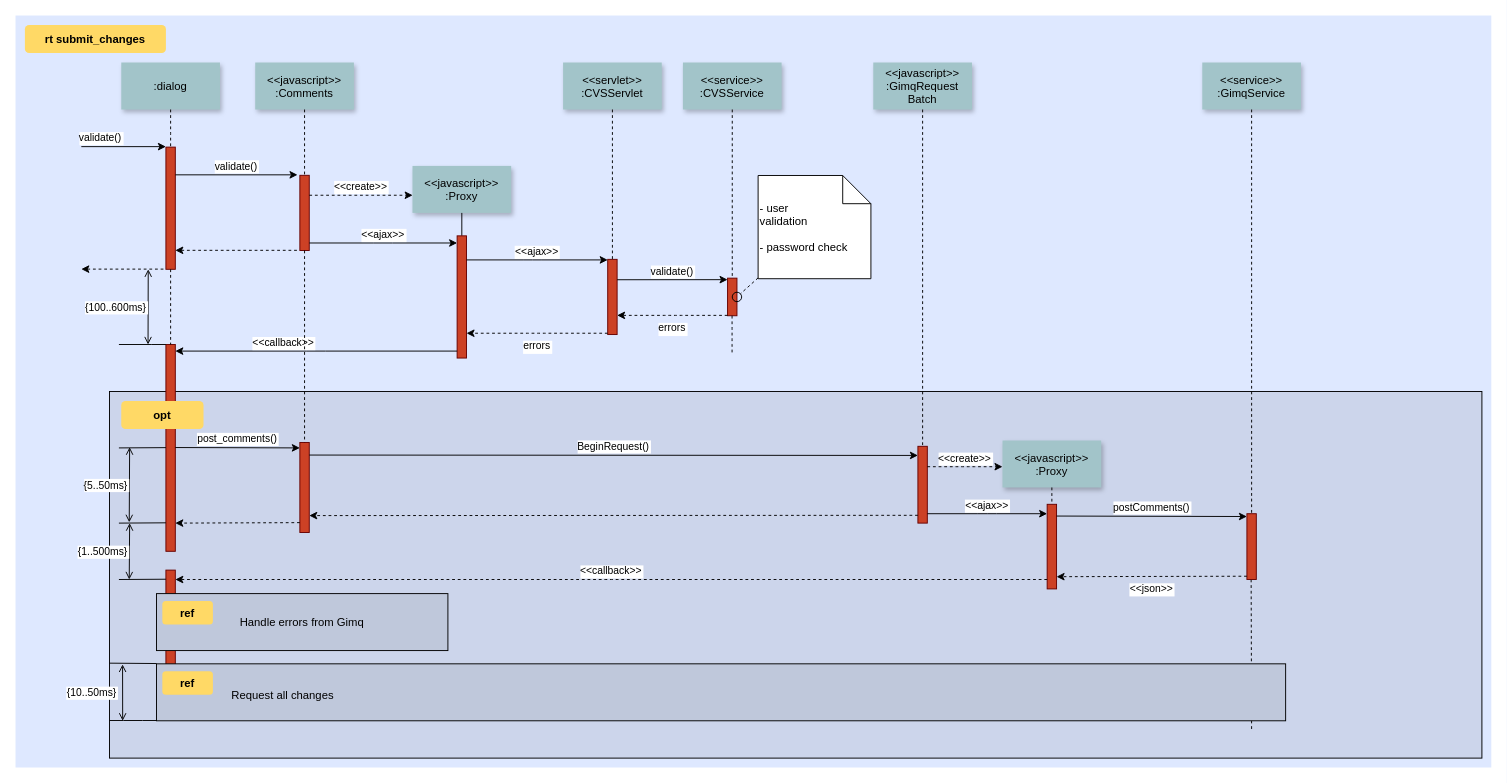
This is design/diagrams/recipe_flows.drawio from andreiboyanov/blue-moon-cooking, a draw.io file, before an edit. Source tidied: cells renumbered, new cells numbered last; positions are measured from the earlier drawing's top-left corner, leaving out a move shared by most shapes. Both pictures are drawn from the tidied source at 94%, with x=0, y=0 at pixel (15, 15).
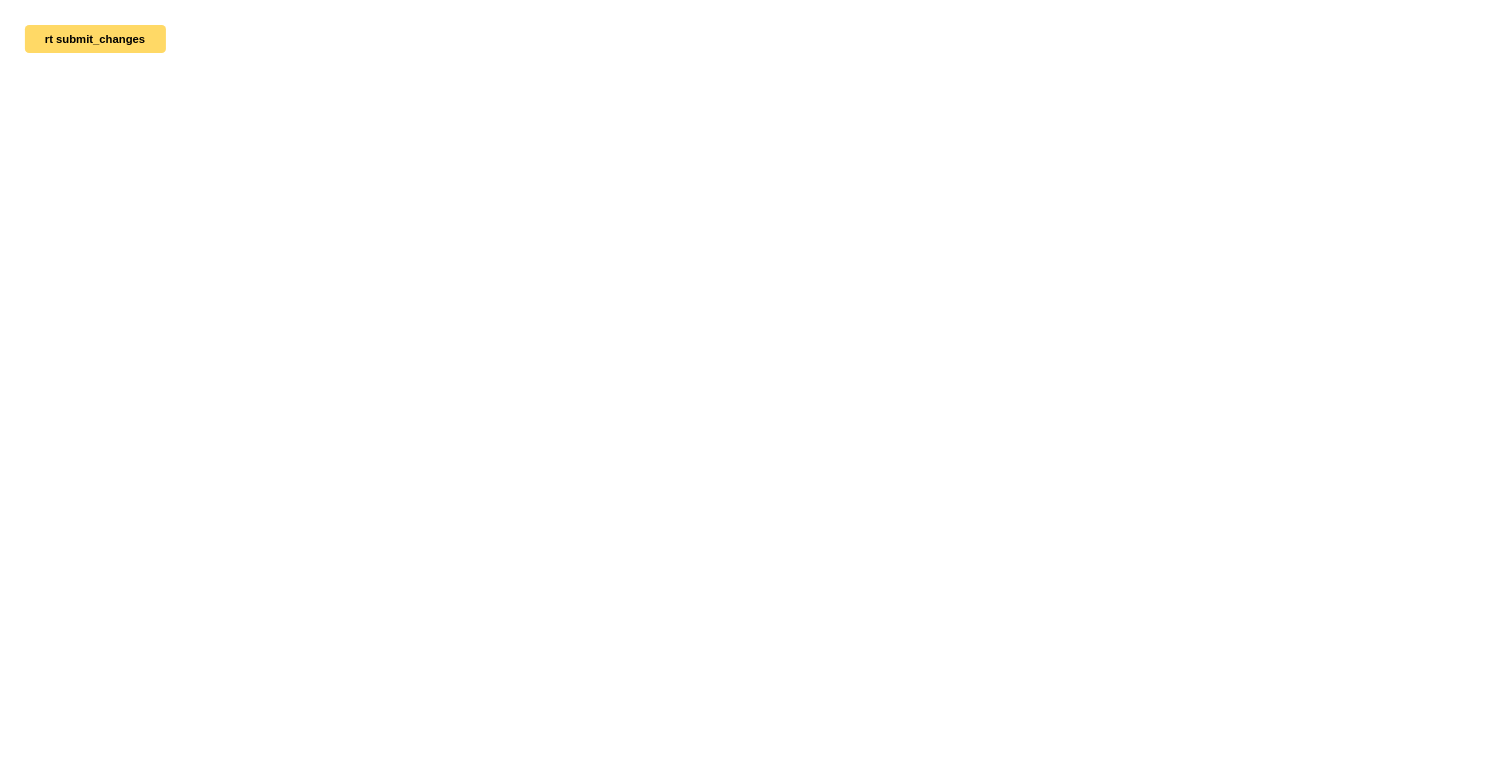
After the change.

The edit, as a diff of the source:
```diff
@@
-    <mxCell id="2" style="fillColor=#DEE8FF;strokeColor=none;" parent="1" vertex="1">
-      <mxGeometry width="1570" height="800" as="geometry" />
-    </mxCell>
-    <mxCell id="3" style="fillColor=#CCD5EB;" parent="1" vertex="1">
-      <mxGeometry x="100" y="400" width="1460" height="390" as="geometry" />
-    </mxCell>
-    <mxCell id="4" style="edgeStyle=elbowEdgeStyle;elbow=horizontal;endArrow=none;dashed=1;" parent="1" edge="1">
-      <mxGeometry x="1460" y="437.9" as="geometry">
-        <mxPoint x="1314.5" y="600" as="sourcePoint" />
-        <mxPoint x="1314.5" y="760" as="targetPoint" />
-      </mxGeometry>
-    </mxCell>
-    <mxCell id="5" style="fillColor=#CC4125;strokeColor=#660000;" parent="1" vertex="1">
-      <mxGeometry x="160" y="140" width="10" height="130" as="geometry" />
-    </mxCell>
-    <mxCell id="6" value="validate()" style="edgeStyle=none;verticalLabelPosition=top;verticalAlign=bottom;labelPosition=left;align=right;" parent="1" edge="1">
-      <mxGeometry x="110" y="49.5" as="geometry">
-        <mxPoint x="70" y="139.5" as="sourcePoint" />
-        <mxPoint x="160" y="139.5" as="targetPoint" />
-      </mxGeometry>
-    </mxCell>
-    <mxCell id="7" value=":dialog" style="shadow=1;fillColor=#A2C4C9;strokeColor=none;" parent="1" vertex="1">
-      <mxGeometry x="112.5" y="50" width="105" height="50" as="geometry" />
-    </mxCell>
-    <mxCell id="8" style="fillColor=#CC4125;strokeColor=#660000;" parent="1" vertex="1">
-      <mxGeometry x="302.5" y="170" width="10" height="80" as="geometry" />
-    </mxCell>
-    <mxCell id="9" value="&lt;&lt;javascript&gt;&gt;&#10;:Comments" style="shadow=1;fillColor=#A2C4C9;strokeColor=none;" parent="1" vertex="1">
-      <mxGeometry x="255" y="50" width="105" height="50" as="geometry" />
-    </mxCell>
-    <mxCell id="10" style="edgeStyle=none;endArrow=none;dashed=1;" parent="1" edge="1" source="9" target="8">
-      <mxGeometry x="272.3" y="165" as="geometry" />
-    </mxCell>
-    <mxCell id="11" value="validate()" style="edgeStyle=none;verticalLabelPosition=top;verticalAlign=bottom;" parent="1" edge="1">
-      <mxGeometry x="220" y="92" as="geometry">
-        <mxPoint x="170" y="169.5" as="sourcePoint" />
-        <mxPoint x="300" y="169.5" as="targetPoint" />
-      </mxGeometry>
-    </mxCell>
-    <mxCell id="12" style="edgeStyle=none;verticalLabelPosition=top;verticalAlign=bottom;endArrow=none;startArrow=classic;dashed=1;" parent="1" edge="1">
-      <mxGeometry x="220" y="172.3" as="geometry">
-        <mxPoint x="170" y="249.8" as="sourcePoint" />
-        <mxPoint x="300" y="249.8" as="targetPoint" />
-      </mxGeometry>
-    </mxCell>
-    <mxCell id="13" style="edgeStyle=none;verticalLabelPosition=top;verticalAlign=bottom;labelPosition=left;align=right;endArrow=none;startArrow=classic;dashed=1;" parent="1" edge="1">
-      <mxGeometry x="110" y="179.8" as="geometry">
-        <mxPoint x="70" y="269.8" as="sourcePoint" />
-        <mxPoint x="160" y="269.8" as="targetPoint" />
-      </mxGeometry>
-    </mxCell>
-    <mxCell id="14" value="&lt;&lt;create&gt;&gt;" style="edgeStyle=none;verticalLabelPosition=top;verticalAlign=bottom;dashed=1;" parent="1" edge="1">
-      <mxGeometry x="385.5" y="113.9" as="geometry">
-        <mxPoint x="312.5" y="191.2" as="sourcePoint" />
-        <mxPoint x="422.5" y="191.2" as="targetPoint" />
-      </mxGeometry>
-    </mxCell>
-    <mxCell id="15" value="&lt;&lt;javascript&gt;&gt;&#10;:Proxy" style="shadow=1;fillColor=#A2C4C9;strokeColor=none;" parent="1" vertex="1">
-      <mxGeometry x="422.3" y="160" width="105" height="50" as="geometry" />
-    </mxCell>
-    <mxCell id="16" style="edgeStyle=none;endArrow=none;" parent="1" edge="1" source="15" target="17">
-      <mxGeometry x="437" y="270" as="geometry" />
-    </mxCell>
-    <mxCell id="17" style="fillColor=#CC4125;strokeColor=#660000;" parent="1" vertex="1">
-      <mxGeometry x="469.8" y="234.4" width="10" height="130" as="geometry" />
-    </mxCell>
-    <mxCell id="18" value="&lt;&lt;ajax&gt;&gt;" style="edgeStyle=elbowEdgeStyle;elbow=vertical;verticalLabelPosition=top;verticalAlign=bottom;" parent="1" edge="1" source="8" target="17">
-      <mxGeometry x="350" y="290" as="geometry" />
-    </mxCell>
-    <mxCell id="19" style="fillColor=#CC4125;strokeColor=#660000;" parent="1" vertex="1">
-      <mxGeometry x="630" y="259.4" width="10" height="80" as="geometry" />
-    </mxCell>
-    <mxCell id="20" value="&lt;&lt;servlet&gt;&gt;&#10;:CVSServlet" style="shadow=1;fillColor=#A2C4C9;strokeColor=none;" parent="1" vertex="1">
-      <mxGeometry x="582.5" y="50" width="105" height="50" as="geometry" />
-    </mxCell>
-    <mxCell id="21" style="edgeStyle=none;endArrow=none;dashed=1;" parent="1" edge="1" source="20" target="19">
-      <mxGeometry x="614.5" y="175" as="geometry" />
-    </mxCell>
-    <mxCell id="22" value="&lt;&lt;service&gt;&gt;&#10;:CVSService" style="shadow=1;fillColor=#A2C4C9;strokeColor=none;" parent="1" vertex="1">
-      <mxGeometry x="710" y="50" width="105" height="50" as="geometry" />
-    </mxCell>
-    <mxCell id="23" style="edgeStyle=none;endArrow=none;dashed=1;" parent="1" edge="1" source="22" target="24">
-      <mxGeometry x="727.3" y="165" as="geometry" />
-    </mxCell>
-    <mxCell id="24" style="fillColor=#CC4125;strokeColor=#660000;" parent="1" vertex="1">
-      <mxGeometry x="757.5" y="279.4" width="10" height="40" as="geometry" />
-    </mxCell>
-    <mxCell id="25" value="&lt;&lt;ajax&gt;&gt;" style="edgeStyle=elbowEdgeStyle;elbow=vertical;verticalLabelPosition=top;verticalAlign=bottom;" parent="1" edge="1" source="17" target="19">
-      <mxGeometry x="540" y="270" as="geometry">
-        <Array as="points">
-          <mxPoint x="550" y="260" />
-        </Array>
-      </mxGeometry>
-    </mxCell>
-    <mxCell id="26" value="errors" style="edgeStyle=elbowEdgeStyle;elbow=vertical;dashed=1;verticalLabelPosition=bottom;verticalAlign=top;" parent="1" edge="1" source="19" target="17">
-      <mxGeometry x="550" y="280" as="geometry">
-        <Array as="points">
-          <mxPoint x="553" y="338" />
-        </Array>
-      </mxGeometry>
-    </mxCell>
-    <mxCell id="27" value="&lt;&lt;javascript&gt;&gt;&#10;:GimqRequest&#10;Batch" style="shadow=1;fillColor=#A2C4C9;strokeColor=none;" parent="1" vertex="1">
-      <mxGeometry x="912.5" y="50" width="105" height="50" as="geometry" />
-    </mxCell>
-    <mxCell id="28" style="edgeStyle=elbowEdgeStyle;elbow=horizontal;endArrow=none;dashed=1;" parent="1" edge="1" source="7" target="5">
-      <mxGeometry x="230" y="310" as="geometry" />
-    </mxCell>
-    <mxCell id="29" value="validate()" style="edgeStyle=elbowEdgeStyle;elbow=vertical;verticalLabelPosition=top;verticalAlign=bottom;" parent="1" edge="1">
-      <mxGeometry x="550" y="261.7" as="geometry">
-        <mxPoint x="640" y="281.1" as="sourcePoint" />
-        <mxPoint x="757.5" y="281.1" as="targetPoint" />
-      </mxGeometry>
-    </mxCell>
-    <mxCell id="30" value="errors" style="edgeStyle=elbowEdgeStyle;elbow=vertical;dashed=1;verticalLabelPosition=bottom;verticalAlign=top;" parent="1" edge="1">
-      <mxGeometry x="560" y="309.7" as="geometry">
-        <mxPoint x="757.5" y="319" as="sourcePoint" />
-        <mxPoint x="640" y="319" as="targetPoint" />
-      </mxGeometry>
-    </mxCell>
-    <mxCell id="31" style="edgeStyle=elbowEdgeStyle;elbow=horizontal;endArrow=none;dashed=1;" parent="1" edge="1">
-      <mxGeometry x="932.3" y="240" as="geometry">
-        <mxPoint x="762.3" y="319.4" as="sourcePoint" />
-        <mxPoint x="762.3" y="360" as="targetPoint" />
-        <Array as="points">
-          <mxPoint x="762.3" y="340" />
-        </Array>
-      </mxGeometry>
-    </mxCell>
-    <mxCell id="32" style="ellipse;fillColor=none;" parent="1" vertex="1">
-      <mxGeometry x="762.5" y="294.4" width="10" height="10" as="geometry" />
-    </mxCell>
-    <mxCell id="33" value=" - user&#10; validation&#10;&#10; - password check" style="shape=note;align=left;" parent="1" vertex="1">
-      <mxGeometry x="790" y="170.2" width="120" height="109.8" as="geometry" />
-    </mxCell>
-    <mxCell id="34" style="edgeStyle=none;endArrow=none;dashed=1;" parent="1" edge="1" source="33" target="32">
-      <mxGeometry x="1030" y="180" as="geometry" />
-    </mxCell>
-    <mxCell id="35" style="fillColor=#CC4125;strokeColor=#660000;" parent="1" vertex="1">
-      <mxGeometry x="160" y="350" width="10" height="220" as="geometry" />
-    </mxCell>
-    <mxCell id="36" value="             &lt;&lt;callback&gt;&gt;                                " style="edgeStyle=elbowEdgeStyle;elbow=vertical;dashed=0;verticalLabelPosition=top;verticalAlign=bottom;align=right;" parent="1" edge="1" source="17" target="35">
-      <mxGeometry x="190" y="329.8" as="geometry" />
-    </mxCell>
-    <mxCell id="37" style="edgeStyle=none;dashed=1;endArrow=none;" parent="1" edge="1" source="5" target="35">
-      <mxGeometry x="50" y="300" as="geometry" />
-    </mxCell>
-    <mxCell id="38" style="edgeStyle=elbowEdgeStyle;elbow=vertical;endArrow=none;" parent="1" edge="1" source="35">
-      <mxGeometry x="60" y="310" as="geometry">
-        <mxPoint x="110" y="350" as="targetPoint" />
-      </mxGeometry>
-    </mxCell>
-    <mxCell id="39" value="{100..600ms}" style="edgeStyle=elbowEdgeStyle;elbow=horizontal;startArrow=open;endArrow=open;labelPosition=left;align=right;" parent="1" edge="1">
-      <mxGeometry x="61.2" y="290" as="geometry">
-        <mxPoint x="141.2" y="270" as="sourcePoint" />
-        <mxPoint x="141.2" y="350" as="targetPoint" />
-      </mxGeometry>
-    </mxCell>
-    <mxCell id="40" style="fillColor=#CC4125;strokeColor=#660000;" parent="1" vertex="1">
-      <mxGeometry x="302.5" y="454.2" width="10" height="95.8" as="geometry" />
-    </mxCell>
-    <mxCell id="41" style="fillColor=#CC4125;strokeColor=#660000;" parent="1" vertex="1">
-      <mxGeometry x="960" y="458.3" width="10" height="81.7" as="geometry" />
-    </mxCell>
-    <mxCell id="42" style="edgeStyle=none;endArrow=none;dashed=1;" parent="1" edge="1" source="27" target="41">
-      <mxGeometry x="956.6" y="205" as="geometry" />
-    </mxCell>
-    <mxCell id="43" value="post_comments()" style="edgeStyle=elbowEdgeStyle;elbow=vertical;verticalLabelPosition=top;verticalAlign=bottom;" parent="1" edge="1">
-      <mxGeometry x="212.5" y="469.6" as="geometry">
-        <mxPoint x="170" y="459.6" as="sourcePoint" />
-        <mxPoint x="302.5" y="459.6" as="targetPoint" />
-      </mxGeometry>
-    </mxCell>
-    <mxCell id="44" style="edgeStyle=none;endArrow=none;dashed=1;" parent="1" edge="1" source="8" target="40">
-      <mxGeometry x="376.6" y="339.7" as="geometry" />
-    </mxCell>
-    <mxCell id="45" value="BeginRequest()" style="edgeStyle=elbowEdgeStyle;elbow=vertical;verticalLabelPosition=top;verticalAlign=bottom;" parent="1" edge="1">
-      <mxGeometry x="530" y="436.8" as="geometry">
-        <mxPoint x="312.5" y="467.6" as="sourcePoint" />
-        <mxPoint x="960" y="467.6" as="targetPoint" />
-      </mxGeometry>
-    </mxCell>
-    <mxCell id="46" style="edgeStyle=elbowEdgeStyle;elbow=vertical;dashed=1;verticalLabelPosition=bottom;verticalAlign=top;" parent="1" edge="1">
-      <mxGeometry x="530" y="549.1" as="geometry">
-        <mxPoint x="960" y="531.7" as="sourcePoint" />
-        <mxPoint x="312.5" y="531.7" as="targetPoint" />
-      </mxGeometry>
-    </mxCell>
-    <mxCell id="47" value="&lt;&lt;javascript&gt;&gt;&#10;:Proxy" style="shadow=1;fillColor=#A2C4C9;strokeColor=none;" parent="1" vertex="1">
-      <mxGeometry x="1050" y="452.1" width="105" height="50" as="geometry" />
-    </mxCell>
-    <mxCell id="48" style="edgeStyle=none;endArrow=none;dashed=1;" parent="1" edge="1" source="47" target="49">
-      <mxGeometry x="1204.1" y="380.1" as="geometry" />
-    </mxCell>
-    <mxCell id="49" style="fillColor=#CC4125;strokeColor=#660000;" parent="1" vertex="1">
-      <mxGeometry x="1097.5" y="520" width="10" height="90" as="geometry" />
-    </mxCell>
-    <mxCell id="50" style="fillColor=#CC4125;strokeColor=#660000;" parent="1" vertex="1">
-      <mxGeometry x="1310" y="530" width="10" height="70" as="geometry" />
-    </mxCell>
-    <mxCell id="51" value="&lt;&lt;create&gt;&gt;" style="edgeStyle=elbowEdgeStyle;elbow=vertical;verticalLabelPosition=top;verticalAlign=bottom;dashed=1;" parent="1" edge="1" source="41" target="47">
-      <mxGeometry x="901.2" y="322.5" as="geometry" />
-    </mxCell>
-    <mxCell id="52" value="&lt;&lt;ajax&gt;&gt;" style="edgeStyle=elbowEdgeStyle;elbow=vertical;verticalLabelPosition=top;verticalAlign=bottom;" parent="1" edge="1" source="41" target="49">
-      <mxGeometry x="1065" y="359.5" as="geometry" />
-    </mxCell>
-    <mxCell id="53" value="postComments()" style="edgeStyle=elbowEdgeStyle;elbow=vertical;verticalLabelPosition=top;verticalAlign=bottom;" parent="1" edge="1">
-      <mxGeometry x="1225" y="309.5" as="geometry">
-        <mxPoint x="1107.5" y="532.5" as="sourcePoint" />
-        <mxPoint x="1310" y="532.5" as="targetPoint" />
-      </mxGeometry>
-    </mxCell>
-    <mxCell id="54" value="&lt;&lt;json&gt;&gt;" style="edgeStyle=elbowEdgeStyle;elbow=vertical;dashed=1;verticalLabelPosition=bottom;verticalAlign=top;" parent="1" edge="1">
-      <mxGeometry x="1075" y="396" as="geometry">
-        <mxPoint x="1310" y="596.5" as="sourcePoint" />
-        <mxPoint x="1107.5" y="596.5" as="targetPoint" />
-      </mxGeometry>
-    </mxCell>
-    <mxCell id="55" value="&lt;&lt;service&gt;&gt;&#10;:GimqService" style="shadow=1;fillColor=#A2C4C9;strokeColor=none;" parent="1" vertex="1">
-      <mxGeometry x="1262.5" y="50" width="105" height="50" as="geometry" />
-    </mxCell>
-    <mxCell id="56" style="edgeStyle=none;endArrow=none;dashed=1;" parent="1" edge="1" source="55" target="50">
-      <mxGeometry x="1174.1" y="210" as="geometry" />
-    </mxCell>
-    <mxCell id="57" style="fillColor=#CC4125;strokeColor=#660000;" parent="1" vertex="1">
-      <mxGeometry x="160" y="590" width="10" height="130" as="geometry" />
-    </mxCell>
-    <mxCell id="58" style="edgeStyle=elbowEdgeStyle;elbow=vertical;dashed=1;verticalLabelPosition=bottom;verticalAlign=top;" parent="1" edge="1">
-      <mxGeometry x="507.5" y="664.3" as="geometry">
-        <mxPoint x="302.5" y="539.5" as="sourcePoint" />
-        <mxPoint x="170" y="539.5" as="targetPoint" />
-      </mxGeometry>
-    </mxCell>
-    <mxCell id="59" value="&lt;&lt;callback&gt;&gt;" style="edgeStyle=elbowEdgeStyle;elbow=vertical;dashed=1;verticalLabelPosition=bottom;verticalAlign=bottom;" parent="1" edge="1" source="49" target="57">
-      <mxGeometry x="540" y="559.1" as="geometry" />
-    </mxCell>
@@
-    <mxCell id="61" value="opt" style="rounded=1;fontStyle=1;fillColor=#FFD966;strokeColor=none;" parent="1" vertex="1">
-      <mxGeometry x="112.5" y="410" width="87.5" height="30" as="geometry" />
-    </mxCell>
-    <mxCell id="62" value="Handle errors from Gimq" style="fillColor=#BFC8DB;" parent="1" vertex="1">
-      <mxGeometry x="150" y="615" width="310" height="60.6" as="geometry" />
-    </mxCell>
-    <mxCell id="63" value="ref" style="rounded=1;fontStyle=1;fillColor=#FFD966;strokeColor=none;" parent="1" vertex="1">
-      <mxGeometry x="156.2" y="622.9" width="53.8" height="25" as="geometry" />
-    </mxCell>
-    <mxCell id="64" style="align=left;fillColor=#BFC8DB;" parent="1" vertex="1">
-      <mxGeometry x="150" y="689.7" width="1201.2" height="60.6" as="geometry" />
-    </mxCell>
-    <mxCell id="65" value="ref" style="rounded=1;fontStyle=1;fillColor=#FFD966;strokeColor=none;" parent="1" vertex="1">
-      <mxGeometry x="156.2" y="697.6" width="53.8" height="25" as="geometry" />
-    </mxCell>
-    <mxCell id="66" value="Request all changes" style="text;align=left;" parent="1" vertex="1">
-      <mxGeometry x="228.1" y="710.1" width="351.8" height="26" as="geometry" />
-    </mxCell>
-    <mxCell id="67" style="edgeStyle=elbowEdgeStyle;elbow=vertical;endArrow=none;" parent="1" edge="1">
-      <mxGeometry x="60" y="419.7" as="geometry">
-        <mxPoint x="160" y="459.7" as="sourcePoint" />
-        <mxPoint x="110" y="459.7" as="targetPoint" />
-      </mxGeometry>
-    </mxCell>
-    <mxCell id="68" style="edgeStyle=elbowEdgeStyle;elbow=vertical;endArrow=none;" parent="1" edge="1">
-      <mxGeometry x="60" y="499.7" as="geometry">
-        <mxPoint x="160" y="539.7" as="sourcePoint" />
-        <mxPoint x="110" y="539.7" as="targetPoint" />
-      </mxGeometry>
-    </mxCell>
-    <mxCell id="69" style="edgeStyle=elbowEdgeStyle;elbow=vertical;endArrow=none;" parent="1" edge="1">
-      <mxGeometry x="60" y="559.7" as="geometry">
-        <mxPoint x="160" y="599.7" as="sourcePoint" />
-        <mxPoint x="110" y="599.7" as="targetPoint" />
-      </mxGeometry>
-    </mxCell>
-    <mxCell id="70" style="edgeStyle=elbowEdgeStyle;elbow=vertical;endArrow=none;" parent="1" edge="1">
-      <mxGeometry x="50" y="649.4" as="geometry">
-        <mxPoint x="150" y="689.4" as="sourcePoint" />
-        <mxPoint x="100" y="689.4" as="targetPoint" />
-      </mxGeometry>
-    </mxCell>
-    <mxCell id="71" style="edgeStyle=elbowEdgeStyle;elbow=vertical;endArrow=none;" parent="1" edge="1">
-      <mxGeometry x="50" y="710" as="geometry">
-        <mxPoint x="150" y="750" as="sourcePoint" />
-        <mxPoint x="100" y="750" as="targetPoint" />
-      </mxGeometry>
-    </mxCell>
-    <mxCell id="72" value="{5..50ms}" style="edgeStyle=elbowEdgeStyle;elbow=horizontal;startArrow=open;endArrow=open;labelPosition=left;align=right;" parent="1" edge="1">
-      <mxGeometry x="41.4" y="479.2" as="geometry">
-        <mxPoint x="121.4" y="459.2" as="sourcePoint" />
-        <mxPoint x="121.4" y="539.2" as="targetPoint" />
-      </mxGeometry>
-    </mxCell>
-    <mxCell id="73" value="{1..500ms}" style="edgeStyle=elbowEdgeStyle;elbow=horizontal;startArrow=open;endArrow=open;labelPosition=left;align=right;" parent="1" edge="1">
-      <mxGeometry x="42.9" y="560" as="geometry">
-        <mxPoint x="121.4" y="540" as="sourcePoint" />
-        <mxPoint x="121.4" y="600" as="targetPoint" />
-      </mxGeometry>
-    </mxCell>
-    <mxCell id="74" value="{10..50ms}" style="edgeStyle=elbowEdgeStyle;elbow=horizontal;startArrow=open;endArrow=open;labelPosition=left;align=right;" parent="1" edge="1">
-      <mxGeometry as="geometry">
-        <mxPoint x="113.9" y="690.3" as="sourcePoint" />
-        <mxPoint x="113.9" y="750.3" as="targetPoint" />
-        <mxPoint x="-4.2" y="-0.3" as="offset" />
-      </mxGeometry>
-    </mxCell>
```
